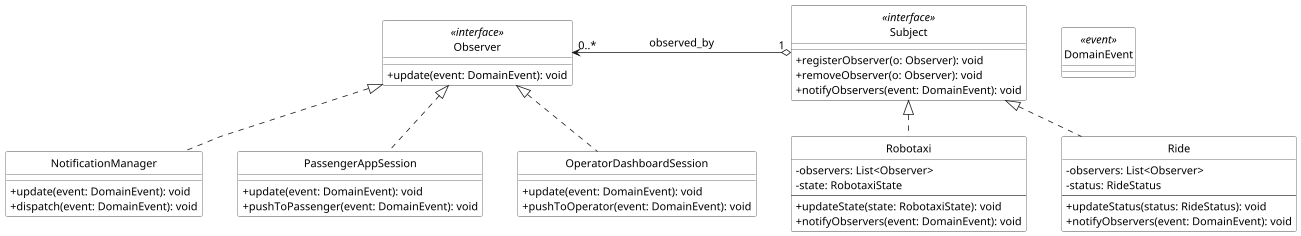
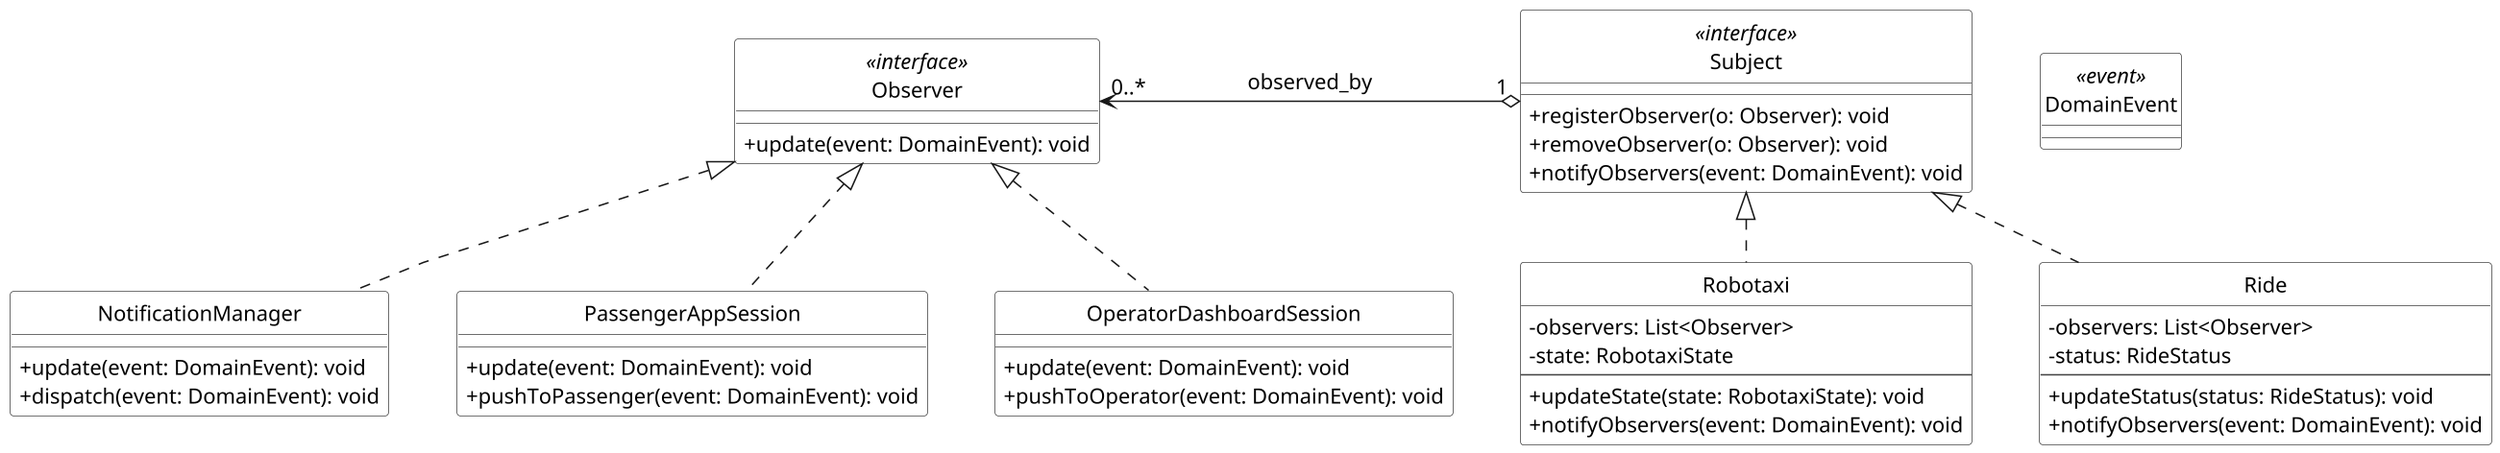
@startuml

- scale 0.5
skinparam backgroundColor white
skinparam shadowing false
skinparam defaultFontName Arial
skinparam defaultFontSize 14
skinparam dpi 150
skinparam maxMessageSize 90
skinparam classAttributeIconSize 0
skinparam linetype polyline
skinparam nodesep 45
skinparam ranksep 45
- skinparam pageMargin 60

skinparam class {
    BackgroundColor white
    BorderColor #444444
    FontColor black
    HeaderBackgroundColor white
}

hide circle
top to bottom direction

class Subject <<interface>> {
    + registerObserver(o: Observer): void
    + removeObserver(o: Observer): void
    + notifyObservers(event: DomainEvent): void
}

class Observer <<interface>> {
    + update(event: DomainEvent): void
}

class Robotaxi {
    - observers: List<Observer>
    - state: RobotaxiState
    --
    + updateState(state: RobotaxiState): void
    + notifyObservers(event: DomainEvent): void
}

class Ride {
    - observers: List<Observer>
    - status: RideStatus
    --
    + updateStatus(status: RideStatus): void
    + notifyObservers(event: DomainEvent): void
}

class NotificationManager {
    + update(event: DomainEvent): void
    + dispatch(event: DomainEvent): void
}

class PassengerAppSession {
    + update(event: DomainEvent): void
    + pushToPassenger(event: DomainEvent): void
}

class OperatorDashboardSession {
    + update(event: DomainEvent): void
    + pushToOperator(event: DomainEvent): void
}

class DomainEvent <<event>>

Subject "1" o-left-> "0..*" Observer: observed_by

Subject <|.. Robotaxi
Subject <|.. Ride

Observer <|.. NotificationManager
Observer <|.. PassengerAppSession
Observer <|.. OperatorDashboardSession

@enduml